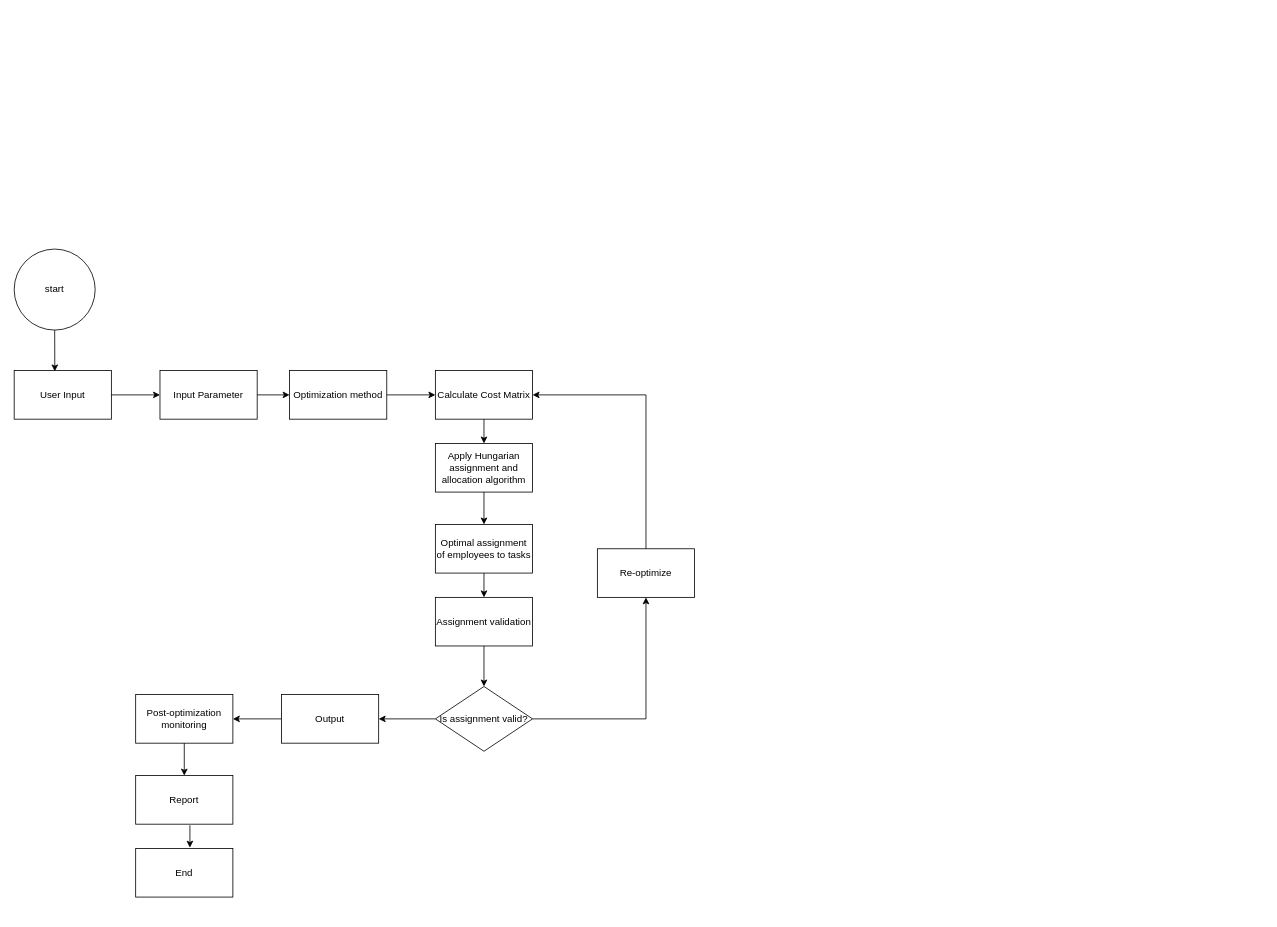
Above: Concept Model.drawio in mataragerald/manpower-optimization (draw.io), before the change. Source tidied: cells renumbered, new cells numbered last; positions are measured from the earlier drawing's top-left corner, leaving out a move shared by most shapes. Both pictures are drawn from the tidied source at 81%, with x=0, y=0 at pixel (14, 249).
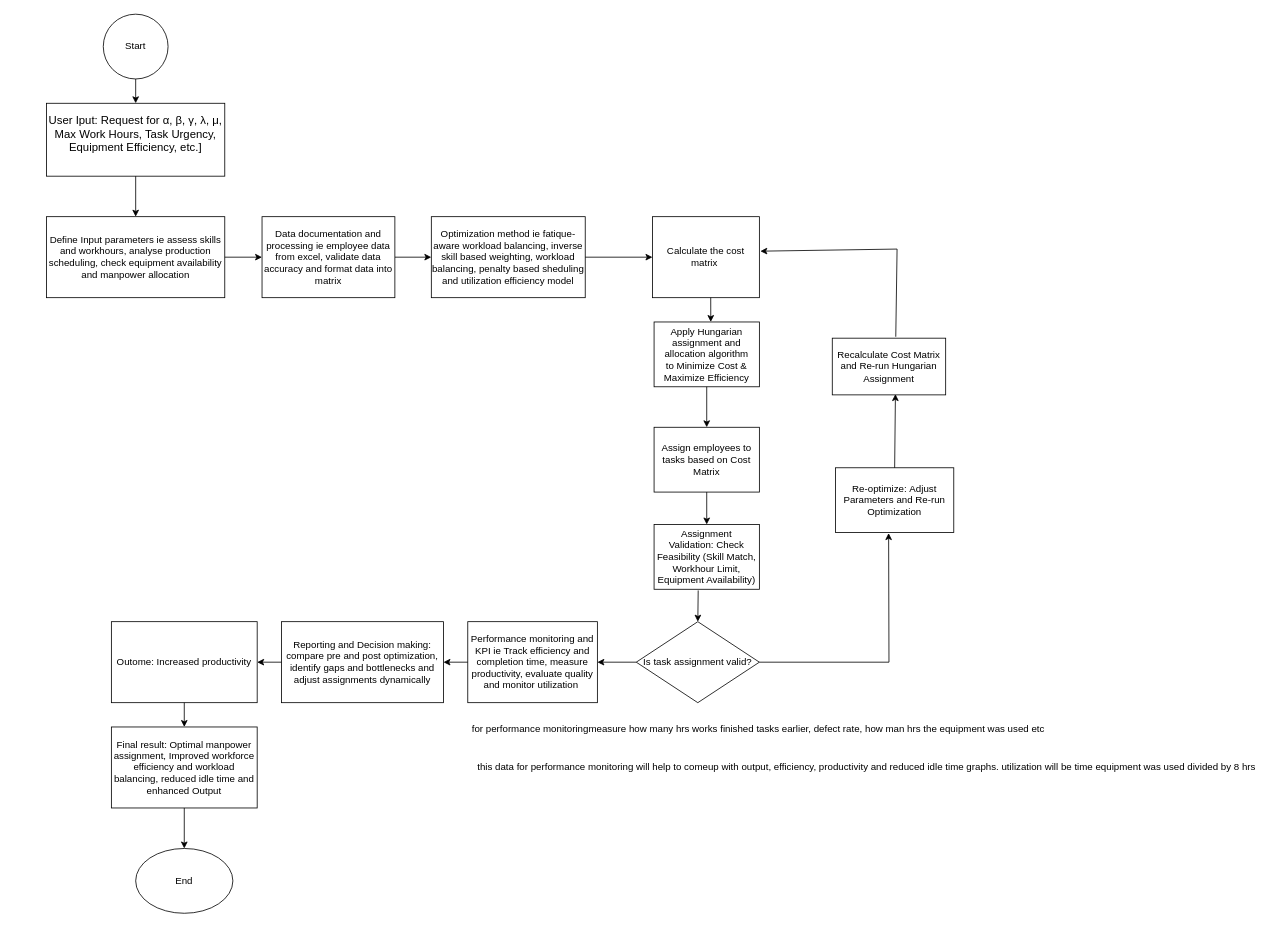
The same page after the edit.

Commit message:
updated concept model

Change to the diagram source:
```diff
@@
-    <mxCell id="2" value="start" style="ellipse;whiteSpace=wrap;html=1;" parent="1" vertex="1">
-      <mxGeometry width="100" height="100" as="geometry" />
-    </mxCell>
-    <mxCell id="3" value="User Input" style="rounded=0;whiteSpace=wrap;html=1;" parent="1" vertex="1">
-      <mxGeometry y="150" width="120" height="60" as="geometry" />
-    </mxCell>
-    <mxCell id="4" value="Input Parameter" style="rounded=0;whiteSpace=wrap;html=1;" parent="1" vertex="1">
-      <mxGeometry x="180" y="150" width="120" height="60" as="geometry" />
-    </mxCell>
-    <mxCell id="5" value="Calculate Cost Matrix" style="rounded=0;whiteSpace=wrap;html=1;" parent="1" vertex="1">
-      <mxGeometry x="520" y="150" width="120" height="60" as="geometry" />
-    </mxCell>
-    <mxCell id="6" value="Apply Hungarian assignment and allocation algorithm" style="rounded=0;whiteSpace=wrap;html=1;" parent="1" vertex="1">
-      <mxGeometry x="520" y="240" width="120" height="60" as="geometry" />
-    </mxCell>
-    <mxCell id="7" value="Optimal assignment of employees to tasks" style="rounded=0;whiteSpace=wrap;html=1;" parent="1" vertex="1">
-      <mxGeometry x="520" y="340" width="120" height="60" as="geometry" />
-    </mxCell>
-    <mxCell id="8" value="Assignment validation" style="rounded=0;whiteSpace=wrap;html=1;" parent="1" vertex="1">
-      <mxGeometry x="520" y="430" width="120" height="60" as="geometry" />
-    </mxCell>
-    <mxCell id="9" style="edgeStyle=none;html=1;" parent="1" edge="1" source="10" target="12">
-      <mxGeometry relative="1" as="geometry" />
-    </mxCell>
-    <mxCell id="10" value="Is assignment valid?" style="rhombus;whiteSpace=wrap;html=1;" parent="1" vertex="1">
-      <mxGeometry x="520" y="540" width="120" height="80" as="geometry" />
-    </mxCell>
-    <mxCell id="11" value="Re-optimize" style="rounded=0;whiteSpace=wrap;html=1;" parent="1" vertex="1">
-      <mxGeometry x="720" y="370" width="120" height="60" as="geometry" />
-    </mxCell>
-    <mxCell id="12" value="Output" style="rounded=0;whiteSpace=wrap;html=1;" parent="1" vertex="1">
-      <mxGeometry x="330" y="550" width="120" height="60" as="geometry" />
-    </mxCell>
-    <mxCell id="13" value="Post-optimization monitoring" style="rounded=0;whiteSpace=wrap;html=1;" parent="1" vertex="1">
-      <mxGeometry x="150" y="550" width="120" height="60" as="geometry" />
-    </mxCell>
-    <mxCell id="14" value="Report" style="rounded=0;whiteSpace=wrap;html=1;" parent="1" vertex="1">
-      <mxGeometry x="150" y="650" width="120" height="60" as="geometry" />
-    </mxCell>
+    <mxCell id="32" value="Start" style="ellipse;whiteSpace=wrap;html=1;" parent="1" vertex="1">
+      <mxGeometry x="110" y="-290" width="80" height="80" as="geometry" />
+    </mxCell>
+    <mxCell id="33" style="edgeStyle=none;html=1;" parent="1" edge="1">
+      <mxGeometry relative="1" as="geometry">
+        <mxPoint x="70" y="-120" as="sourcePoint" />
+        <mxPoint x="70" y="-120" as="targetPoint" />
+      </mxGeometry>
+    </mxCell>
+    <mxCell id="34" value="&lt;font style=&quot;font-size: 14px;&quot;&gt;User Iput: Request for&amp;nbsp;&lt;/font&gt;&lt;span style=&quot;background-color: transparent; font-size: 14px;&quot;&gt;α, β, γ, λ, μ, Max Work Hours, Task Urgency, Equipment Efficiency, etc.]&lt;/span&gt;&lt;div&gt;&lt;span style=&quot;background-color: transparent;&quot;&gt;&lt;br&gt;&lt;/span&gt;&lt;/div&gt;" style="rounded=0;whiteSpace=wrap;html=1;" parent="1" vertex="1">
+      <mxGeometry x="40" y="-180" width="220" height="90" as="geometry" />
+    </mxCell>
+    <mxCell id="35" value="Define Input parameters ie assess skills and workhours, analyse production scheduling, check equipment availability and manpower allocation" style="rounded=0;whiteSpace=wrap;html=1;" parent="1" vertex="1">
+      <mxGeometry x="40" y="-40" width="220" height="100" as="geometry" />
+    </mxCell>
+    <mxCell id="36" style="edgeStyle=none;html=1;" parent="1" edge="1" source="37" target="38">
+      <mxGeometry relative="1" as="geometry" />
+    </mxCell>
+    <mxCell id="37" value="Data documentation and processing ie employee data from excel, validate data accuracy and format data into matrix" style="rounded=0;whiteSpace=wrap;html=1;" parent="1" vertex="1">
+      <mxGeometry x="306" y="-40" width="164" height="100" as="geometry" />
+    </mxCell>
+    <mxCell id="38" value="Optimization method ie fatique-aware workload balancing, inverse skill based weighting, workload balancing, penalty based sheduling and utilization efficiency model" style="rounded=0;whiteSpace=wrap;html=1;" parent="1" vertex="1">
+      <mxGeometry x="515" y="-40" width="190" height="100" as="geometry" />
+    </mxCell>
+    <mxCell id="39" value="Apply Hungarian assignment and allocation algorithm to&amp;nbsp;Minimize Cost &amp;amp; Maximize Efficiency" style="rounded=0;whiteSpace=wrap;html=1;" parent="1" vertex="1">
+      <mxGeometry x="790" y="90" width="130" height="80" as="geometry" />
+    </mxCell>
+    <mxCell id="40" value="Calculate the cost matrix&amp;nbsp;" style="rounded=0;whiteSpace=wrap;html=1;" parent="1" vertex="1">
+      <mxGeometry x="788" y="-40" width="132" height="100" as="geometry" />
+    </mxCell>
+    <mxCell id="41" value="Assign employees to tasks based on Cost Matrix" style="rounded=0;whiteSpace=wrap;html=1;" parent="1" vertex="1">
+      <mxGeometry x="790" y="220" width="130" height="80" as="geometry" />
+    </mxCell>
+    <mxCell id="42" value="Assignment Validation:&amp;nbsp;Check Feasibility (Skill Match, Workhour Limit, Equipment Availability)" style="rounded=0;whiteSpace=wrap;html=1;" parent="1" vertex="1">
+      <mxGeometry x="790" y="340" width="130" height="80" as="geometry" />
+    </mxCell>
+    <mxCell id="43" value="Is task assignment valid?" style="rhombus;whiteSpace=wrap;html=1;" parent="1" vertex="1">
+      <mxGeometry x="768" y="460" width="152" height="100" as="geometry" />
+    </mxCell>
+    <mxCell id="44" value="Performance monitoring and KPI ie Track efficiency and completion time, measure productivity, evaluate quality and monitor utilization&amp;nbsp;" style="rounded=0;whiteSpace=wrap;html=1;" parent="1" vertex="1">
+      <mxGeometry x="560" y="460" width="160" height="100" as="geometry" />
+    </mxCell>
+    <mxCell id="45" value="Reporting and Decision making: compare pre and post optimization, identify gaps and bottlenecks and adjust assignments dynamically" style="rounded=0;whiteSpace=wrap;html=1;" parent="1" vertex="1">
+      <mxGeometry x="330" y="460" width="200" height="100" as="geometry" />
+    </mxCell>
+    <mxCell id="46" value="Outome: Increased productivity" style="rounded=0;whiteSpace=wrap;html=1;" parent="1" vertex="1">
+      <mxGeometry x="120" y="460" width="180" height="100" as="geometry" />
+    </mxCell>
-    <mxCell id="15" value="End" style="rounded=0;whiteSpace=wrap;html=1;" parent="1" vertex="1">
-      <mxGeometry x="150" y="740" width="120" height="60" as="geometry" />
+    <mxCell id="15" value="End" style="ellipse;whiteSpace=wrap;html=1;" parent="1" vertex="1">
+      <mxGeometry x="150" y="740" width="120" height="80" as="geometry" />
     </mxCell>
-    <mxCell id="16" value="Optimization method" style="rounded=0;whiteSpace=wrap;html=1;" parent="1" vertex="1">
-      <mxGeometry x="340" y="150" width="120" height="60" as="geometry" />
-    </mxCell>
-    <mxCell id="17" style="endArrow=classic;html=1;entryX=1;entryY=0.5;entryDx=0;entryDy=0;exitX=0;exitY=0.5;exitDx=0;exitDy=0;" parent="1" edge="1" source="12" target="13">
-      <mxGeometry relative="1" as="geometry" />
-    </mxCell>
-    <mxCell id="18" style="endArrow=classic;html=1;exitX=0.5;exitY=1;exitDx=0;exitDy=0;entryX=0.418;entryY=0.017;entryDx=0;entryDy=0;entryPerimeter=0;" parent="1" edge="1" source="2" target="3">
-      <mxGeometry relative="1" as="geometry" />
-    </mxCell>
-    <mxCell id="19" style="endArrow=classic;html=1;exitX=1;exitY=0.5;exitDx=0;exitDy=0;entryX=0;entryY=0.5;entryDx=0;entryDy=0;" parent="1" edge="1" source="3" target="4">
-      <mxGeometry relative="1" as="geometry" />
-    </mxCell>
-    <mxCell id="20" style="endArrow=classic;html=1;exitX=1;exitY=0.5;exitDx=0;exitDy=0;entryX=0;entryY=0.5;entryDx=0;entryDy=0;" parent="1" edge="1" source="4" target="16">
-      <mxGeometry relative="1" as="geometry" />
-    </mxCell>
-    <mxCell id="21" style="endArrow=classic;html=1;exitX=1;exitY=0.5;exitDx=0;exitDy=0;entryX=0;entryY=0.5;entryDx=0;entryDy=0;" parent="1" edge="1" source="16" target="5">
-      <mxGeometry relative="1" as="geometry" />
-    </mxCell>
-    <mxCell id="22" style="endArrow=classic;html=1;exitX=0.5;exitY=1;exitDx=0;exitDy=0;entryX=0.5;entryY=0;entryDx=0;entryDy=0;" parent="1" edge="1" source="5" target="6">
-      <mxGeometry relative="1" as="geometry" />
-    </mxCell>
-    <mxCell id="23" style="endArrow=classic;html=1;exitX=0.5;exitY=1;exitDx=0;exitDy=0;entryX=0.5;entryY=0;entryDx=0;entryDy=0;" parent="1" edge="1" source="6" target="7">
-      <mxGeometry relative="1" as="geometry" />
-    </mxCell>
-    <mxCell id="24" style="endArrow=classic;html=1;exitX=0.5;exitY=1;exitDx=0;exitDy=0;entryX=0.5;entryY=0;entryDx=0;entryDy=0;" parent="1" edge="1" source="7" target="8">
-      <mxGeometry relative="1" as="geometry" />
-    </mxCell>
-    <mxCell id="25" style="endArrow=classic;html=1;exitX=0.5;exitY=1;exitDx=0;exitDy=0;entryX=0.5;entryY=0;entryDx=0;entryDy=0;" parent="1" edge="1" source="8" target="10">
-      <mxGeometry relative="1" as="geometry" />
-    </mxCell>
-    <mxCell id="26" style="endArrow=none;html=1;exitX=1;exitY=0.5;exitDx=0;exitDy=0;" parent="1" edge="1" source="10">
-      <mxGeometry relative="1" as="geometry">
-        <mxPoint x="780" y="580" as="targetPoint" />
-      </mxGeometry>
-    </mxCell>
-    <mxCell id="27" style="endArrow=classic;html=1;entryX=0.5;entryY=1;entryDx=0;entryDy=0;" parent="1" edge="1" target="11">
-      <mxGeometry relative="1" as="geometry">
-        <mxPoint x="780" y="580" as="sourcePoint" />
-      </mxGeometry>
-    </mxCell>
-    <mxCell id="28" style="endArrow=none;html=1;exitX=0.5;exitY=0;exitDx=0;exitDy=0;" parent="1" edge="1" source="11">
-      <mxGeometry relative="1" as="geometry">
-        <mxPoint x="780" y="180" as="targetPoint" />
-      </mxGeometry>
-    </mxCell>
-    <mxCell id="29" style="endArrow=classic;html=1;entryX=1;entryY=0.5;entryDx=0;entryDy=0;" parent="1" edge="1" target="5">
-      <mxGeometry relative="1" as="geometry">
-        <mxPoint x="780" y="180" as="sourcePoint" />
-      </mxGeometry>
-    </mxCell>
-    <mxCell id="30" style="endArrow=classic;html=1;exitX=0.5;exitY=1;exitDx=0;exitDy=0;entryX=0.5;entryY=0;entryDx=0;entryDy=0;" parent="1" edge="1" source="13" target="14">
-      <mxGeometry relative="1" as="geometry" />
-    </mxCell>
-    <mxCell id="31" style="endArrow=classic;html=1;exitX=0.558;exitY=1.024;exitDx=0;exitDy=0;exitPerimeter=0;entryX=0.558;entryY=-0.016;entryDx=0;entryDy=0;entryPerimeter=0;" parent="1" edge="1" source="14" target="15">
-      <mxGeometry relative="1" as="geometry" />
-    </mxCell>
+    <mxCell id="47" value="Re-optimize:&amp;nbsp;Adjust Parameters and Re-run Optimization" style="rounded=0;whiteSpace=wrap;html=1;" parent="1" vertex="1">
+      <mxGeometry x="1014" y="270" width="146" height="80" as="geometry" />
+    </mxCell>
+    <mxCell id="48" value="Final result: Optimal manpower assignment, Improved workforce efficiency and workload balancing, reduced idle time and enhanced Output" style="rounded=0;whiteSpace=wrap;html=1;" parent="1" vertex="1">
+      <mxGeometry x="120" y="590" width="180" height="100" as="geometry" />
+    </mxCell>
+    <mxCell id="49" value="Recalculate Cost Matrix and Re-run Hungarian Assignment" style="rounded=0;whiteSpace=wrap;html=1;" parent="1" vertex="1">
+      <mxGeometry x="1010" y="110" width="140" height="70" as="geometry" />
+    </mxCell>
+    <mxCell id="50" style="endArrow=classic;html=1;exitX=0.5;exitY=1;exitDx=0;exitDy=0;" parent="1" edge="1" source="32">
+      <mxGeometry relative="1" as="geometry">
+        <mxPoint x="150" y="-180" as="targetPoint" />
+      </mxGeometry>
+    </mxCell>
+    <mxCell id="51" style="endArrow=classic;html=1;exitX=0.5;exitY=1;exitDx=0;exitDy=0;" parent="1" edge="1" source="34" target="35">
+      <mxGeometry relative="1" as="geometry" />
+    </mxCell>
+    <mxCell id="52" style="endArrow=classic;html=1;exitX=1;exitY=0.5;exitDx=0;exitDy=0;" parent="1" edge="1" source="35" target="37">
+      <mxGeometry relative="1" as="geometry" />
+    </mxCell>
+    <mxCell id="53" style="endArrow=classic;html=1;exitX=1;exitY=0.5;exitDx=0;exitDy=0;entryX=0;entryY=0.5;entryDx=0;entryDy=0;" parent="1" edge="1" source="38" target="40">
+      <mxGeometry relative="1" as="geometry" />
+    </mxCell>
+    <mxCell id="54" style="endArrow=classic;html=1;exitX=0.545;exitY=1;exitDx=0;exitDy=0;exitPerimeter=0;" parent="1" edge="1" source="40">
+      <mxGeometry relative="1" as="geometry">
+        <mxPoint x="860" y="90" as="targetPoint" />
+      </mxGeometry>
+    </mxCell>
+    <mxCell id="55" style="endArrow=classic;html=1;exitX=0.5;exitY=1;exitDx=0;exitDy=0;entryX=0.5;entryY=0;entryDx=0;entryDy=0;" parent="1" edge="1" source="39" target="41">
+      <mxGeometry relative="1" as="geometry" />
+    </mxCell>
+    <mxCell id="56" style="endArrow=classic;html=1;exitX=0.5;exitY=1;exitDx=0;exitDy=0;" parent="1" edge="1" source="41" target="42">
+      <mxGeometry relative="1" as="geometry" />
+    </mxCell>
+    <mxCell id="57" style="endArrow=classic;html=1;entryX=0.5;entryY=0;entryDx=0;entryDy=0;exitX=0.419;exitY=1.018;exitDx=0;exitDy=0;exitPerimeter=0;" parent="1" edge="1" source="42" target="43">
+      <mxGeometry relative="1" as="geometry" />
+    </mxCell>
+    <mxCell id="58" style="endArrow=classic;html=1;exitX=0;exitY=0.5;exitDx=0;exitDy=0;entryX=1;entryY=0.5;entryDx=0;entryDy=0;" parent="1" edge="1" source="43" target="44">
+      <mxGeometry relative="1" as="geometry" />
+    </mxCell>
+    <mxCell id="59" style="endArrow=classic;html=1;exitX=0;exitY=0.5;exitDx=0;exitDy=0;" parent="1" edge="1" source="44" target="45">
+      <mxGeometry relative="1" as="geometry" />
+    </mxCell>
+    <mxCell id="60" style="endArrow=classic;html=1;exitX=0;exitY=0.5;exitDx=0;exitDy=0;entryX=1;entryY=0.5;entryDx=0;entryDy=0;" parent="1" edge="1" source="45" target="46">
+      <mxGeometry relative="1" as="geometry" />
+    </mxCell>
+    <mxCell id="61" style="endArrow=classic;html=1;exitX=0.5;exitY=1;exitDx=0;exitDy=0;" parent="1" edge="1" source="46" target="48">
+      <mxGeometry relative="1" as="geometry" />
+    </mxCell>
+    <mxCell id="62" style="endArrow=classic;html=1;exitX=0.5;exitY=1;exitDx=0;exitDy=0;entryX=0.5;entryY=0;entryDx=0;entryDy=0;" parent="1" edge="1" source="48" target="15">
+      <mxGeometry relative="1" as="geometry" />
+    </mxCell>
+    <mxCell id="63" style="endArrow=none;html=1;exitX=1;exitY=0.5;exitDx=0;exitDy=0;" parent="1" edge="1" source="43">
+      <mxGeometry relative="1" as="geometry">
+        <mxPoint x="1080" y="510" as="targetPoint" />
+      </mxGeometry>
+    </mxCell>
+    <mxCell id="64" style="endArrow=classic;html=1;entryX=0.449;entryY=1.008;entryDx=0;entryDy=0;entryPerimeter=0;" parent="1" edge="1" target="47">
+      <mxGeometry relative="1" as="geometry">
+        <mxPoint x="1080" y="510" as="sourcePoint" />
+      </mxGeometry>
+    </mxCell>
+    <mxCell id="65" style="endArrow=none;html=1;exitX=0.56;exitY=-0.025;exitDx=0;exitDy=0;exitPerimeter=0;" parent="1" edge="1" source="49">
+      <mxGeometry relative="1" as="geometry">
+        <mxPoint x="1090" as="targetPoint" />
+      </mxGeometry>
+    </mxCell>
+    <mxCell id="66" style="endArrow=classic;html=1;entryX=1.009;entryY=0.426;entryDx=0;entryDy=0;entryPerimeter=0;" parent="1" edge="1" target="40">
+      <mxGeometry relative="1" as="geometry">
+        <mxPoint x="1090" as="sourcePoint" />
+      </mxGeometry>
+    </mxCell>
+    <mxCell id="67" style="endArrow=classic;html=1;exitX=0.5;exitY=0;exitDx=0;exitDy=0;entryX=0.557;entryY=0.986;entryDx=0;entryDy=0;entryPerimeter=0;" parent="1" edge="1" source="47" target="49">
+      <mxGeometry relative="1" as="geometry" />
+    </mxCell>
+    <mxCell id="68" value="for performance monitoringmeasure how many hrs works finished tasks earlier, defect rate, how man hrs the equipment was used etc&amp;nbsp;" style="text;html=1;align=center;verticalAlign=middle;strokeColor=none;fillColor=none;" parent="1" vertex="1">
+      <mxGeometry x="555" y="578" width="730" height="30" as="geometry" />
+    </mxCell>
+    <mxCell id="69" value="this data for performance monitoring will help to comeup with output, efficiency, productivity and reduced idle time graphs. utilization will be time equipment was used divided by 8 hrs" style="text;html=1;align=center;verticalAlign=middle;strokeColor=none;fillColor=none;" parent="1" vertex="1">
+      <mxGeometry x="562" y="625" width="980" height="30" as="geometry" />
+    </mxCell>
```
